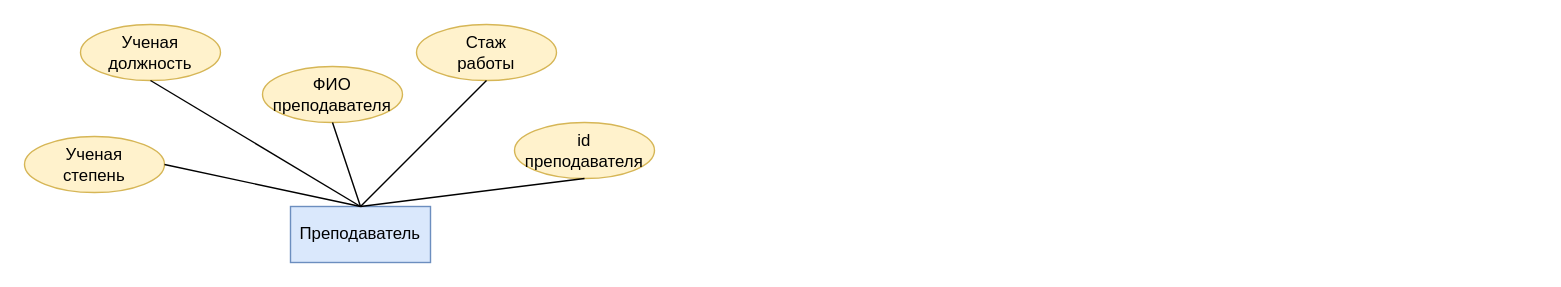
The draw.io diagram page "БД по легенде" (1 of 2) of draw_io/БД.drawio in Dimj1k/Works, before the edit. Source tidied: cells renumbered, new cells numbered last; positions are measured from the earlier drawing's top-left corner, leaving out a move shared by most shapes. Both pictures are drawn from the tidied source at 140%, with x=0, y=0 at pixel (24, 24).
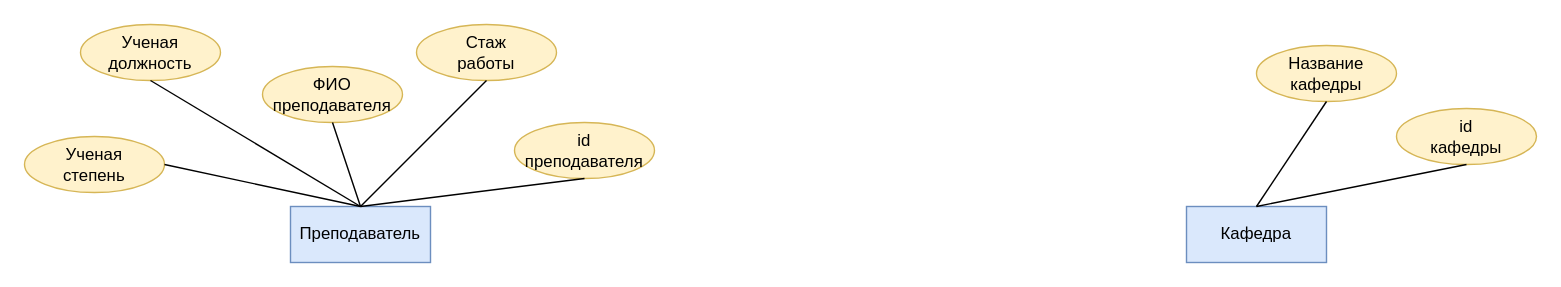
The same page after the edit.

What changed in the source:
```diff
@@
 <mxGraphModel>
   <root>
     <mxCell id="0" />
     <mxCell id="1" parent="0" />
     <mxCell id="2" value="Преподаватель" style="whiteSpace=wrap;html=1;align=center;fillColor=#dae8fc;strokeColor=#6c8ebf;" parent="1" vertex="1">
       <mxGeometry x="190" y="130" width="100" height="40" as="geometry" />
     </mxCell>
     <mxCell id="3" value="id&lt;br&gt;преподавателя" style="ellipse;whiteSpace=wrap;html=1;align=center;fillColor=#fff2cc;strokeColor=#d6b656;" parent="1" vertex="1">
       <mxGeometry x="350" y="70" width="100" height="40" as="geometry" />
     </mxCell>
     <mxCell id="4" style="endArrow=none;html=1;rounded=0;exitX=0.5;exitY=0;exitDx=0;exitDy=0;entryX=0.5;entryY=1;entryDx=0;entryDy=0;" parent="1" edge="1" source="2" target="3">
       <mxGeometry relative="1" as="geometry" />
     </mxCell>
     <mxCell id="5" value="ФИО преподавателя" style="ellipse;whiteSpace=wrap;html=1;align=center;fillColor=#fff2cc;strokeColor=#d6b656;" parent="1" vertex="1">
       <mxGeometry x="170" y="30" width="100" height="40" as="geometry" />
     </mxCell>
     <mxCell id="6" style="endArrow=none;html=1;rounded=0;exitX=0.5;exitY=0;exitDx=0;exitDy=0;entryX=0.5;entryY=1;entryDx=0;entryDy=0;" parent="1" edge="1" source="2" target="5">
       <mxGeometry relative="1" as="geometry" />
     </mxCell>
     <mxCell id="7" value="Ученая&lt;br&gt;степень" style="ellipse;whiteSpace=wrap;html=1;align=center;fillColor=#fff2cc;strokeColor=#d6b656;" parent="1" vertex="1">
       <mxGeometry y="80" width="100" height="40" as="geometry" />
     </mxCell>
     <mxCell id="8" style="endArrow=none;html=1;rounded=0;exitX=0.5;exitY=0;exitDx=0;exitDy=0;entryX=1;entryY=0.5;entryDx=0;entryDy=0;" parent="1" edge="1" source="2" target="7">
       <mxGeometry relative="1" as="geometry" />
     </mxCell>
     <mxCell id="9" value="Ученая&lt;br&gt;должность" style="ellipse;whiteSpace=wrap;html=1;align=center;fillColor=#fff2cc;strokeColor=#d6b656;" parent="1" vertex="1">
       <mxGeometry x="40" width="100" height="40" as="geometry" />
     </mxCell>
     <mxCell id="10" style="endArrow=none;html=1;rounded=0;entryX=0.5;entryY=1;entryDx=0;entryDy=0;" parent="1" edge="1" target="9">
       <mxGeometry relative="1" as="geometry">
         <mxPoint x="240" y="130" as="sourcePoint" />
       </mxGeometry>
     </mxCell>
     <mxCell id="11" value="Стаж&lt;br&gt;работы" style="ellipse;whiteSpace=wrap;html=1;align=center;fillColor=#fff2cc;strokeColor=#d6b656;" parent="1" vertex="1">
       <mxGeometry x="280" width="100" height="40" as="geometry" />
     </mxCell>
     <mxCell id="12" style="endArrow=none;html=1;rounded=0;exitX=0.5;exitY=0;exitDx=0;exitDy=0;entryX=0.5;entryY=1;entryDx=0;entryDy=0;" parent="1" edge="1" source="2" target="11">
       <mxGeometry relative="1" as="geometry" />
     </mxCell>
+    <mxCell id="13" value="Кафедра" style="whiteSpace=wrap;html=1;align=center;fillColor=#dae8fc;strokeColor=#6c8ebf;" parent="1" vertex="1">
+      <mxGeometry x="830" y="130" width="100" height="40" as="geometry" />
+    </mxCell>
+    <mxCell id="14" value="id&lt;br&gt;кафедры" style="ellipse;whiteSpace=wrap;html=1;align=center;fillColor=#fff2cc;strokeColor=#d6b656;" parent="1" vertex="1">
+      <mxGeometry x="980" y="60" width="100" height="40" as="geometry" />
+    </mxCell>
+    <mxCell id="15" style="endArrow=none;html=1;rounded=0;exitX=0.5;exitY=0;exitDx=0;exitDy=0;entryX=0.5;entryY=1;entryDx=0;entryDy=0;" parent="1" edge="1" source="13" target="14">
+      <mxGeometry relative="1" as="geometry" />
+    </mxCell>
+    <mxCell id="16" value="Название&lt;br&gt;кафедры" style="ellipse;whiteSpace=wrap;html=1;align=center;fillColor=#fff2cc;strokeColor=#d6b656;" parent="1" vertex="1">
+      <mxGeometry x="880" y="15" width="100" height="40" as="geometry" />
+    </mxCell>
+    <mxCell id="17" style="endArrow=none;html=1;rounded=0;entryX=0.5;entryY=1;entryDx=0;entryDy=0;" parent="1" edge="1" target="16">
+      <mxGeometry relative="1" as="geometry">
+        <mxPoint x="880" y="130" as="sourcePoint" />
+      </mxGeometry>
+    </mxCell>
   </root>
 </mxGraphModel>
```
